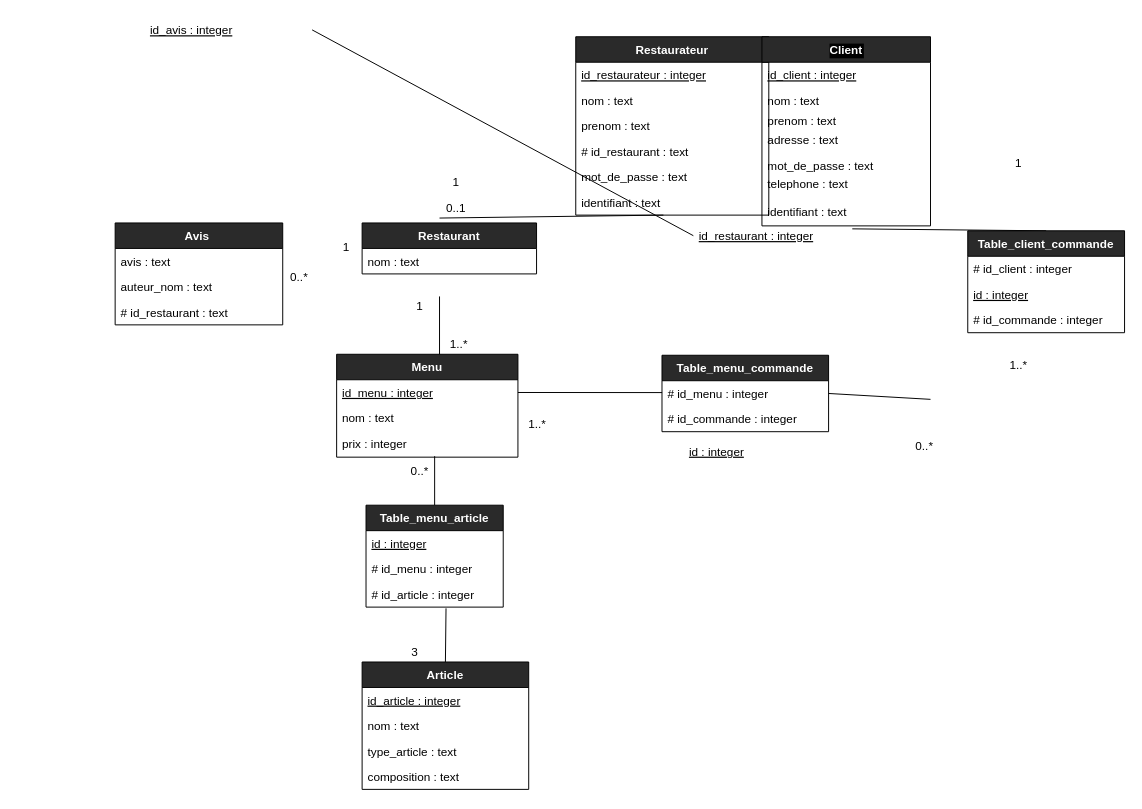
TheAIWizard/Ensaeats keeps this draw.io diagram as diagrammes/diagramme_logique.drawio. Above is the earlier version. Source tidied: cells renumbered, new cells numbered last; positions are measured from the earlier drawing's top-left corner, leaving out a move shared by most shapes. Both pictures are drawn from the tidied source at 98%, with x=0, y=0 at pixel (115, 17).
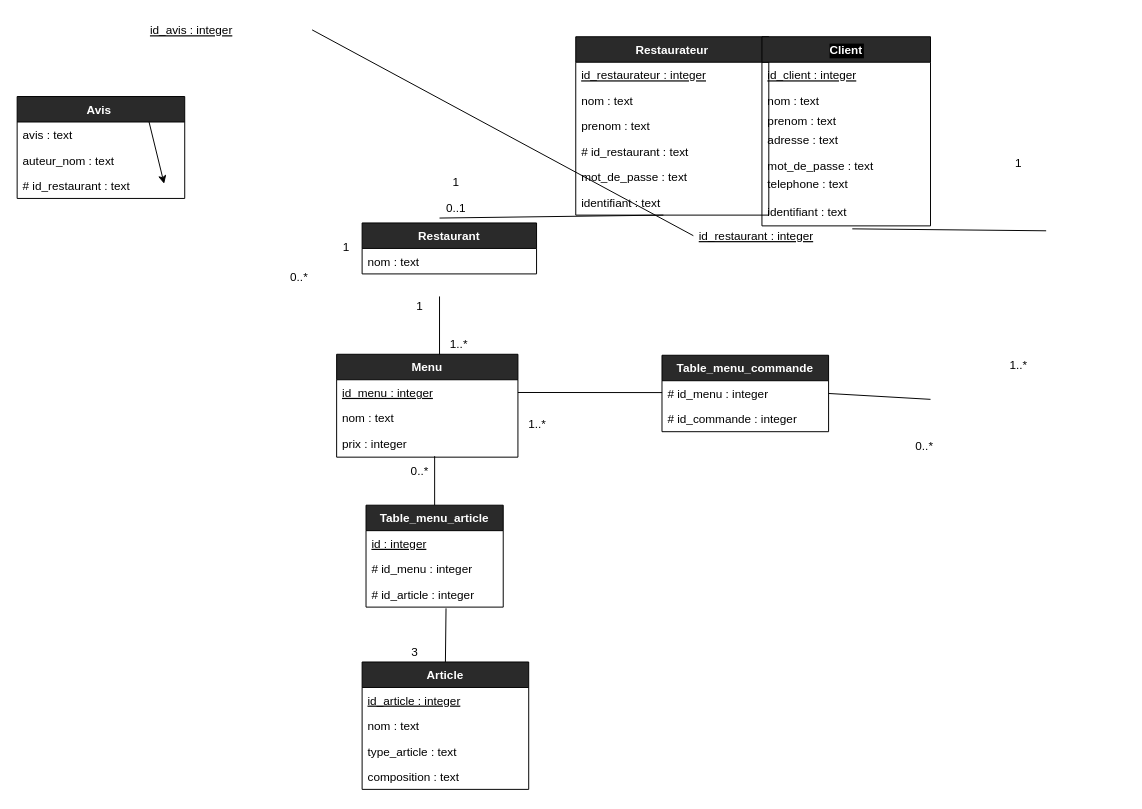
The same diagram, later.

The change refers to these unchanged cells:
```xml
<mxCell id="44" value="telephone : text&#10;&#10;identifiant : text&#10;" style="text;strokeColor=none;fillColor=none;align=left;verticalAlign=top;spacingLeft=4;spacingRight=4;overflow=hidden;points=[[0,0.5],[1,0.5]];portConstraint=eastwest;rounded=1;fontColor=#000000;" parent="38" vertex="1">
  <mxGeometry y="137" width="172" height="56" as="geometry" />
</mxCell>
```

What changed in the source:
```diff
@@
-    <mxCell id="45" style="edgeStyle=none;html=1;exitX=0.5;exitY=0;exitDx=0;exitDy=0;entryX=0.536;entryY=1.054;entryDx=0;entryDy=0;entryPerimeter=0;endArrow=none;endFill=0;strokeColor=#000000;" parent="1" edge="1" source="46" target="44">
-      <mxGeometry relative="1" as="geometry" />
+    <mxCell id="45" style="edgeStyle=none;html=1;exitX=0.5;exitY=0;exitDx=0;exitDy=0;entryX=0.536;entryY=1.054;entryDx=0;entryDy=0;entryPerimeter=0;endArrow=none;endFill=0;strokeColor=#000000;" parent="1" edge="1" target="44">
+      <mxGeometry relative="1" as="geometry">
+        <mxPoint x="950" y="218" as="sourcePoint" />
+      </mxGeometry>
     </mxCell>
-    <mxCell id="46" value="Table_client_commande" style="swimlane;fontStyle=1;horizontal=1;startSize=26;rounded=0;shadow=0;glass=0;sketch=0;fillColor=#2a2a2a;fontColor=#FFFFFF;" parent="1" vertex="1">
-      <mxGeometry x="870" y="218" width="160" height="104" as="geometry" />
-    </mxCell>
-    <mxCell id="47" value="# id_client : integer" style="text;strokeColor=none;fillColor=none;align=left;verticalAlign=top;spacingLeft=4;spacingRight=4;overflow=hidden;fontColor=#000000;" parent="46" vertex="1">
-      <mxGeometry y="26" width="160" height="26" as="geometry" />
-    </mxCell>
-    <mxCell id="48" value="id : integer" style="text;strokeColor=none;fillColor=none;align=left;verticalAlign=top;spacingLeft=4;spacingRight=4;overflow=hidden;fontStyle=4;fontColor=#000000;" parent="46" vertex="1">
-      <mxGeometry y="52" width="160" height="26" as="geometry" />
-    </mxCell>
-    <mxCell id="49" value="# id_commande : integer" style="text;strokeColor=none;fillColor=none;align=left;verticalAlign=top;spacingLeft=4;spacingRight=4;overflow=hidden;fontColor=#000000;" parent="46" vertex="1">
-      <mxGeometry y="78" width="160" height="26" as="geometry" />
-    </mxCell>
@@
+    <mxCell id="67" style="edgeStyle=none;html=1;exitX=0.75;exitY=0;exitDx=0;exitDy=0;" parent="1" edge="1" source="56">
+      <mxGeometry relative="1" as="geometry">
+        <mxPoint x="50" y="170" as="targetPoint" />
+      </mxGeometry>
+    </mxCell>
     <mxCell id="56" value="Avis " style="swimlane;fontStyle=1;horizontal=1;startSize=26;rounded=0;shadow=0;glass=0;sketch=0;fillColor=#2a2a2a;fontColor=#FFFFFF;" parent="1" vertex="1">
-      <mxGeometry y="210" width="171" height="104" as="geometry" />
+      <mxGeometry x="-100" y="81" width="171" height="104" as="geometry" />
     </mxCell>
@@
-    <mxCell id="66" value="id : integer" style="text;strokeColor=none;fillColor=none;align=left;verticalAlign=top;spacingLeft=4;spacingRight=4;overflow=hidden;fontStyle=4;fontColor=#000000;" parent="1" vertex="1">
-      <mxGeometry x="580" y="430" width="170" height="26" as="geometry" />
-    </mxCell>
```
